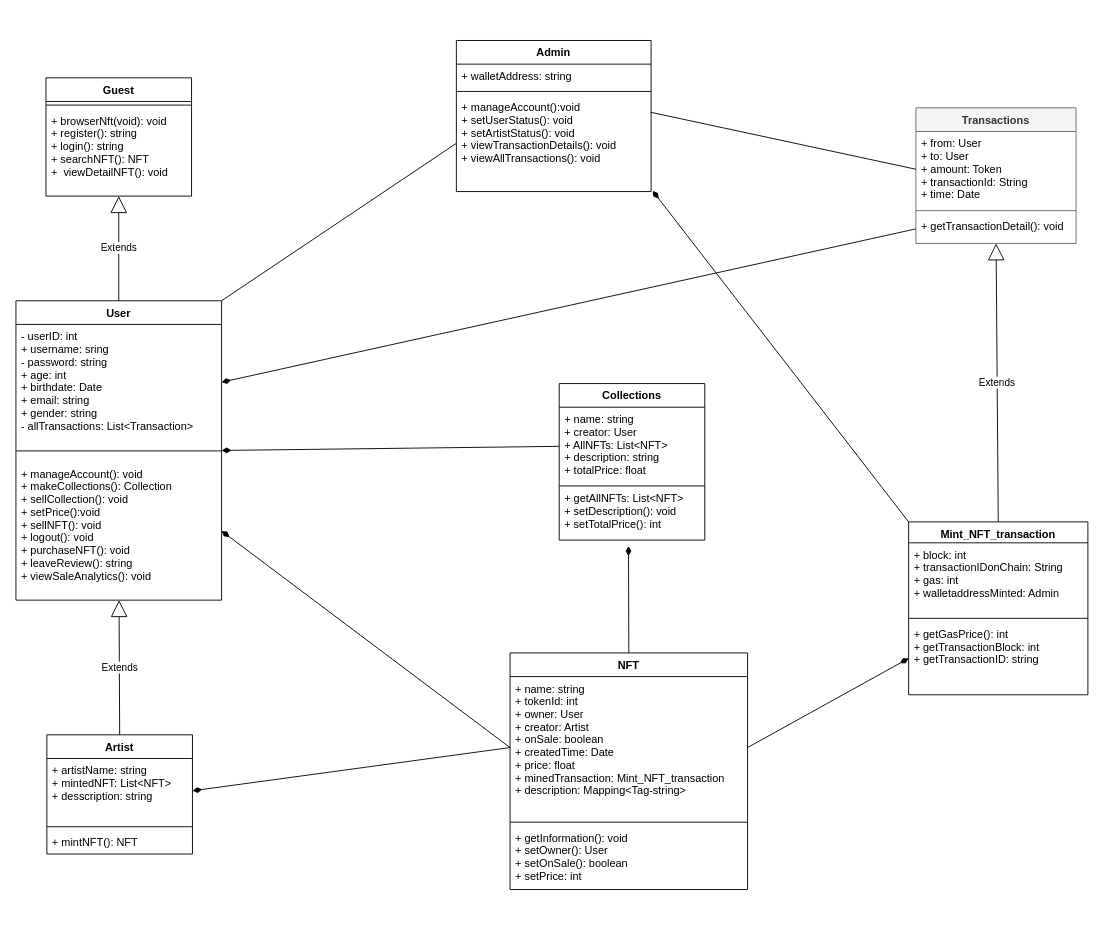
Above: documents/class-diagram.drawio in twilight2368/nft-marketplace-2024 (draw.io), before the change. Source tidied: cells renumbered, new cells numbered last; positions are measured from the earlier drawing's top-left corner, leaving out a move shared by most shapes. Both pictures are drawn from the tidied source at 91%, with x=0, y=0 at pixel (15, 40).
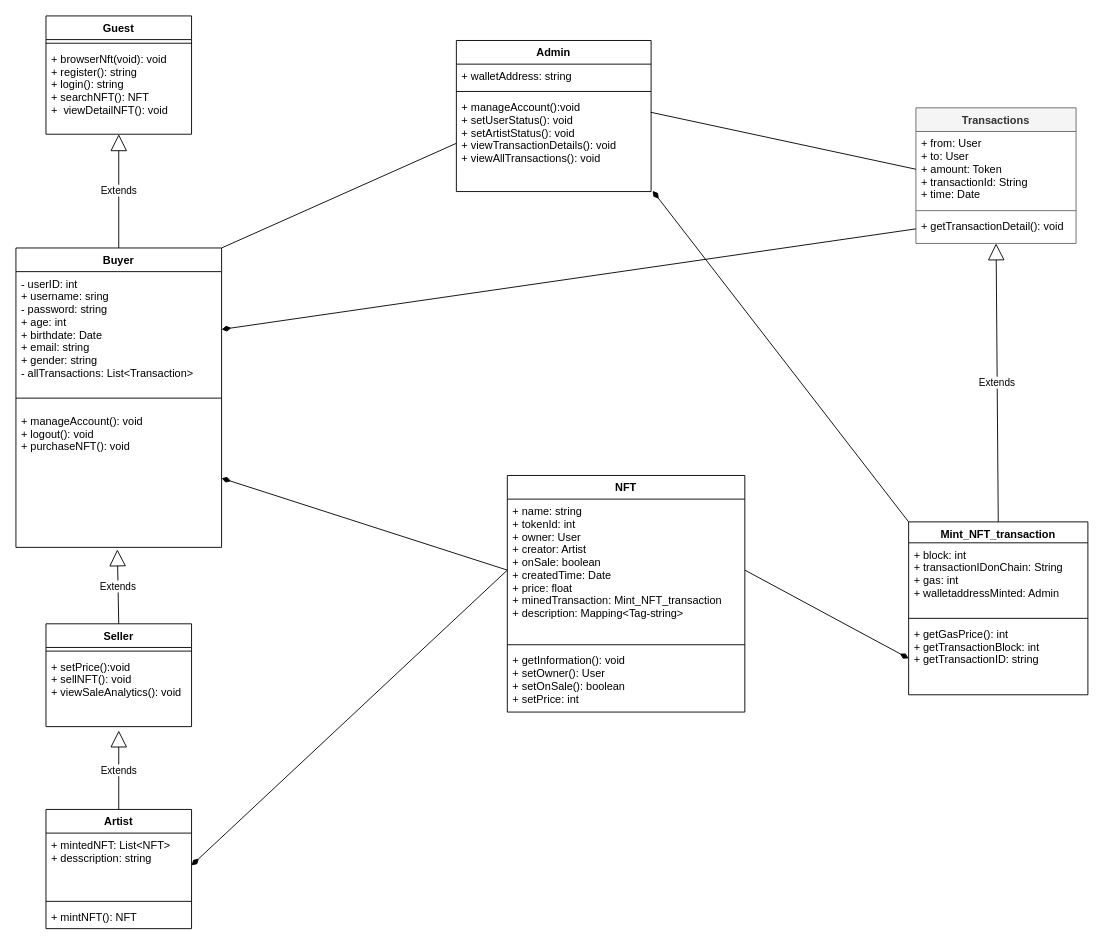
Above is the later version.

The edit, as a diff of the source:
```diff
@@
-<mxGraphModel>
+<mxGraphModel background="#FFFFFF">
@@
-    <mxCell id="6" value="User&#10;" style="swimlane;fontStyle=1;align=center;verticalAlign=top;horizontal=1;startSize=26;" parent="1" vertex="1">
-      <mxGeometry y="286" width="226" height="329" as="geometry" />
+    <mxCell id="6" value="Buyer" style="swimlane;fontStyle=1;align=center;verticalAlign=top;horizontal=1;startSize=26;" parent="1" vertex="1">
+      <mxGeometry y="228" width="226" height="329" as="geometry" />
     </mxCell>
@@
-    <mxCell id="9" value="+ manageAccount(): void&#10;+ makeCollections(): Collection&#10;+ sellCollection(): void&#10;+ setPrice():void&#10;+ sellNFT(): void&#10;+ logout(): void&#10;+ purchaseNFT(): void&#10;+ leaveReview(): string&#10;+ viewSaleAnalytics(): void&#10;" style="text;strokeColor=none;fillColor=none;align=left;verticalAlign=top;spacingLeft=4;spacingRight=4;overflow=hidden;points=[[0,0.5],[1,0.5]];portConstraint=eastwest;" parent="6" vertex="1">
+    <mxCell id="9" value="+ manageAccount(): void&#10;+ logout(): void&#10;+ purchaseNFT(): void&#10;" style="text;strokeColor=none;fillColor=none;align=left;verticalAlign=top;spacingLeft=4;spacingRight=4;overflow=hidden;points=[[0,0.5],[1,0.5]];portConstraint=eastwest;" parent="6" vertex="1">
       <mxGeometry y="177" width="226" height="152" as="geometry" />
     </mxCell>
     <mxCell id="10" value="NFT" style="swimlane;fontStyle=1;align=center;verticalAlign=top;horizontal=1;startSize=26;" parent="1" vertex="1">
-      <mxGeometry x="543" y="673" width="261" height="260" as="geometry" />
+      <mxGeometry x="540" y="478" width="261" height="260" as="geometry" />
     </mxCell>
@@
     <mxCell id="14" value="Artist" style="swimlane;fontStyle=1;align=center;verticalAlign=top;horizontal=1;startSize=26;" parent="1" vertex="1">
-      <mxGeometry x="34" y="763" width="160" height="131" as="geometry" />
+      <mxGeometry x="33" y="845" width="160" height="131" as="geometry" />
     </mxCell>
-    <mxCell id="15" value="+ artistName: string&#10;+ mintedNFT: List&lt;NFT&gt;&#10;+ desscription: string&#10;" style="text;strokeColor=none;fillColor=none;align=left;verticalAlign=top;spacingLeft=4;spacingRight=4;overflow=hidden;points=[[0,0.5],[1,0.5]];portConstraint=eastwest;" parent="14" vertex="1">
+    <mxCell id="15" value="+ mintedNFT: List&lt;NFT&gt;&#10;+ desscription: string&#10;" style="text;strokeColor=none;fillColor=none;align=left;verticalAlign=top;spacingLeft=4;spacingRight=4;overflow=hidden;points=[[0,0.5],[1,0.5]];portConstraint=eastwest;" parent="14" vertex="1">
       <mxGeometry y="26" width="160" height="71" as="geometry" />
     </mxCell>
@@
-    <mxCell id="18" value="Collections" style="swimlane;fontStyle=1;align=center;verticalAlign=top;horizontal=1;startSize=26;" parent="1" vertex="1">
-      <mxGeometry x="597" y="377" width="160" height="172" as="geometry" />
-    </mxCell>
-    <mxCell id="19" value="+ name: string&#10;+ creator: User&#10;+ AllNFTs: List&lt;NFT&gt;&#10;+ description: string&#10;+ totalPrice: float&#10;" style="text;strokeColor=none;fillColor=none;align=left;verticalAlign=top;spacingLeft=4;spacingRight=4;overflow=hidden;points=[[0,0.5],[1,0.5]];portConstraint=eastwest;" parent="18" vertex="1">
-      <mxGeometry y="26" width="160" height="86" as="geometry" />
-    </mxCell>
-    <mxCell id="20" style="line;strokeWidth=1;fillColor=none;align=left;verticalAlign=middle;spacingTop=-1;spacingLeft=3;spacingRight=3;labelPosition=right;strokeColor=inherit;" parent="18" vertex="1">
-      <mxGeometry y="112" width="160" height="1" as="geometry" />
-    </mxCell>
-    <mxCell id="21" value="+ getAllNFTs: List&lt;NFT&gt;&#10;+ setDescription(): void&#10;+ setTotalPrice(): int&#10;" style="text;strokeColor=none;fillColor=none;align=left;verticalAlign=top;spacingLeft=4;spacingRight=4;overflow=hidden;points=[[0,0.5],[1,0.5]];portConstraint=eastwest;" parent="18" vertex="1">
-      <mxGeometry y="113" width="160" height="59" as="geometry" />
-    </mxCell>
@@
     <mxCell id="30" value="Guest" style="swimlane;fontStyle=1;align=center;verticalAlign=top;horizontal=1;startSize=26;" parent="1" vertex="1">
-      <mxGeometry x="33" y="41" width="160" height="130" as="geometry" />
+      <mxGeometry x="33" y="-27" width="160" height="130" as="geometry" />
     </mxCell>
@@
-    <mxCell id="33" value="Extends" style="endArrow=block;endSize=16;endFill=0;html=1;exitX=0.5;exitY=0;exitDx=0;exitDy=0;" parent="1" edge="1" source="14" target="9">
-      <mxGeometry relative="1" as="geometry" />
-    </mxCell>
@@
-    <mxCell id="36" style="endArrow=none;startArrow=diamondThin;endFill=0;startFill=1;html=1;verticalAlign=bottom;labelBackgroundColor=none;strokeWidth=1;startSize=8;endSize=8;exitX=0.476;exitY=1.112;exitDx=0;exitDy=0;exitPerimeter=0;entryX=0.5;entryY=0;entryDx=0;entryDy=0;" parent="1" edge="1" source="21" target="10">
-      <mxGeometry relative="1" as="geometry" />
-    </mxCell>
@@
-    <mxCell id="40" style="endArrow=none;startArrow=diamondThin;endFill=0;startFill=1;html=1;verticalAlign=bottom;labelBackgroundColor=none;strokeWidth=1;startSize=8;endSize=8;exitX=1;exitY=0.5;exitDx=0;exitDy=0;entryX=0;entryY=0.5;entryDx=0;entryDy=0;" parent="1" edge="1" source="6" target="19">
-      <mxGeometry relative="1" as="geometry" />
-    </mxCell>
@@
+    <mxCell id="45" value="Seller" style="swimlane;fontStyle=1;align=center;verticalAlign=top;horizontal=1;startSize=26;" parent="1" vertex="1">
+      <mxGeometry x="33" y="641" width="160" height="113" as="geometry" />
+    </mxCell>
+    <mxCell id="46" style="line;strokeWidth=1;fillColor=none;align=left;verticalAlign=middle;spacingTop=-1;spacingLeft=3;spacingRight=3;labelPosition=right;strokeColor=inherit;" parent="45" vertex="1">
+      <mxGeometry y="26" width="160" height="8" as="geometry" />
+    </mxCell>
+    <mxCell id="47" value="+ setPrice():void&#10;+ sellNFT(): void&#10;+ viewSaleAnalytics(): void&#10;" style="text;strokeColor=none;fillColor=none;align=left;verticalAlign=top;spacingLeft=4;spacingRight=4;overflow=hidden;points=[[0,0.5],[1,0.5]];portConstraint=eastwest;" parent="45" vertex="1">
+      <mxGeometry y="34" width="160" height="79" as="geometry" />
+    </mxCell>
+    <mxCell id="48" value="Extends" style="endArrow=block;endSize=16;endFill=0;html=1;exitX=0.5;exitY=0;exitDx=0;exitDy=0;entryX=0.5;entryY=1.054;entryDx=0;entryDy=0;entryPerimeter=0;" parent="1" edge="1" source="14" target="47">
+      <mxGeometry relative="1" as="geometry" />
+    </mxCell>
+    <mxCell id="49" value="Extends" style="endArrow=block;endSize=16;endFill=0;html=1;exitX=0.5;exitY=0;exitDx=0;exitDy=0;entryX=0.493;entryY=1.015;entryDx=0;entryDy=0;entryPerimeter=0;" parent="1" edge="1" source="45" target="9">
+      <mxGeometry relative="1" as="geometry" />
+    </mxCell>
```
